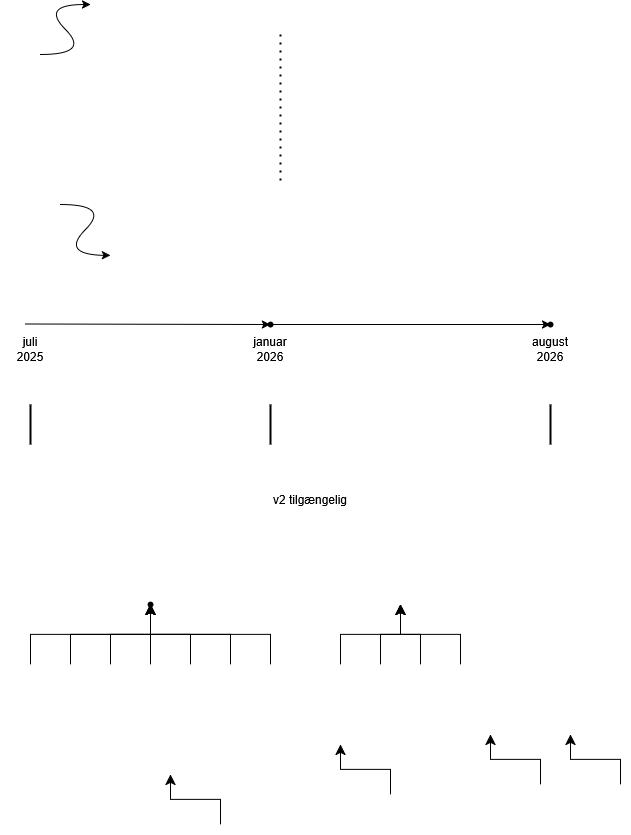
Above: Untitled Diagram.drawio.png in ciaran-dk/flowchart (draw.io), before the change. Source tidied: cells renumbered, new cells last; positions are measured from the earlier drawing's top-left corner, leaving out a move shared by most shapes. Source of this version:
```xml
<mxGraphModel>
  <root>
    <mxCell id="0" />
    <mxCell id="1" parent="0" />
    <mxCell id="2" style="curved=1;endArrow=classic;html=1;rounded=0;" parent="1" edge="1">
      <mxGeometry relative="1" as="geometry">
        <mxPoint x="40" y="50" as="sourcePoint" />
        <mxPoint x="90" as="targetPoint" />
        <Array as="points">
          <mxPoint x="90" y="50" />
          <mxPoint x="40" />
        </Array>
      </mxGeometry>
    </mxCell>
    <mxCell id="3" style="curved=1;endArrow=classic;html=1;rounded=0;" parent="1" edge="1">
      <mxGeometry relative="1" as="geometry">
        <mxPoint x="60" y="200" as="sourcePoint" />
        <mxPoint x="110" y="251" as="targetPoint" />
        <Array as="points">
          <mxPoint x="110" y="200" />
          <mxPoint x="60" y="250" />
        </Array>
      </mxGeometry>
    </mxCell>
    <mxCell id="4" style="endArrow=none;dashed=1;html=1;dashPattern=1 3;strokeWidth=2;rounded=0;targetPerimeterSpacing=11;jumpStyle=none;" parent="1" edge="1">
      <mxGeometry relative="1" as="geometry">
        <mxPoint x="280" y="30" as="sourcePoint" />
        <mxPoint x="280" y="180" as="targetPoint" />
      </mxGeometry>
    </mxCell>
    <mxCell id="5" style="endArrow=classic;html=1;rounded=0;entryX=0;entryY=0.35;entryDx=0;entryDy=0;entryPerimeter=0;" parent="1" edge="1" target="6">
      <mxGeometry relative="1" as="geometry">
        <mxPoint x="25" y="319.5" as="sourcePoint" />
      </mxGeometry>
    </mxCell>
    <mxCell id="6" style="shape=waypoint;sketch=0;fillStyle=solid;size=6;points=[];fillColor=none;perimeter=centerPerimeter;snapToPoint=1;" parent="1" vertex="1">
      <mxGeometry x="260" y="310" width="20" height="20" as="geometry" />
    </mxCell>
    <mxCell id="7" style="line;strokeWidth=2;direction=south;html=1;" parent="1" vertex="1">
      <mxGeometry x="25" y="400" width="10" height="40" as="geometry" />
    </mxCell>
    <mxCell id="8" value="juli&lt;br&gt;2025" style="text;html=1;align=center;verticalAlign=middle;whiteSpace=wrap;rounded=0;" parent="1" vertex="1">
      <mxGeometry y="330" width="60" height="30" as="geometry" />
    </mxCell>
    <mxCell id="9" style="line;strokeWidth=2;direction=south;html=1;" parent="1" vertex="1">
      <mxGeometry x="265" y="400" width="10" height="40" as="geometry" />
    </mxCell>
    <mxCell id="10" value="januar 2026" style="text;html=1;align=center;verticalAlign=middle;whiteSpace=wrap;rounded=0;" parent="1" vertex="1">
      <mxGeometry x="240" y="330" width="60" height="30" as="geometry" />
    </mxCell>
    <mxCell id="11" style="line;strokeWidth=2;direction=south;html=1;" parent="1" vertex="1">
      <mxGeometry x="545" y="400" width="10" height="40" as="geometry" />
    </mxCell>
    <mxCell id="12" value="august 2026" style="text;html=1;align=center;verticalAlign=middle;whiteSpace=wrap;rounded=0;" parent="1" vertex="1">
      <mxGeometry x="520" y="330" width="60" height="30" as="geometry" />
    </mxCell>
    <mxCell id="13" style="shape=waypoint;sketch=0;fillStyle=solid;size=6;points=[];fillColor=none;perimeter=centerPerimeter;snapToPoint=1;" parent="1" vertex="1">
      <mxGeometry x="540" y="310" width="20" height="20" as="geometry" />
    </mxCell>
    <mxCell id="14" style="endArrow=classic;html=1;rounded=0;entryX=0.15;entryY=0.95;entryDx=0;entryDy=0;entryPerimeter=0;exitX=0.85;exitY=0.5;exitDx=0;exitDy=0;exitPerimeter=0;" parent="1" edge="1" source="6" target="13">
      <mxGeometry relative="1" as="geometry" />
    </mxCell>
    <mxCell id="15" value="v2 tilgængelig" style="text;html=1;align=center;verticalAlign=middle;whiteSpace=wrap;rounded=0;" parent="1" vertex="1">
      <mxGeometry x="270" y="480" width="80" height="30" as="geometry" />
    </mxCell>
    <mxCell id="16" style="edgeStyle=elbowEdgeStyle;elbow=vertical;endArrow=classic;html=1;curved=0;rounded=0;endSize=8;startSize=8;entryX=0.35;entryY=0.65;entryDx=0;entryDy=0;entryPerimeter=0;" parent="1" edge="1" target="20">
      <mxGeometry relative="1" as="geometry">
        <mxPoint x="150" y="660" as="sourcePoint" />
      </mxGeometry>
    </mxCell>
    <mxCell id="17" style="edgeStyle=elbowEdgeStyle;elbow=vertical;endArrow=classic;html=1;curved=0;rounded=0;endSize=8;startSize=8;entryX=0.9;entryY=0.8;entryDx=0;entryDy=0;entryPerimeter=0;" parent="1" edge="1" target="20">
      <mxGeometry relative="1" as="geometry">
        <mxPoint x="230" y="660" as="sourcePoint" />
      </mxGeometry>
    </mxCell>
    <mxCell id="18" style="edgeStyle=elbowEdgeStyle;elbow=vertical;endArrow=classic;html=1;curved=0;rounded=0;endSize=8;startSize=8;entryX=0.75;entryY=0.75;entryDx=0;entryDy=0;entryPerimeter=0;" parent="1" edge="1" target="20">
      <mxGeometry relative="1" as="geometry">
        <mxPoint x="190" y="660" as="sourcePoint" />
      </mxGeometry>
    </mxCell>
    <mxCell id="19" style="edgeStyle=elbowEdgeStyle;elbow=vertical;endArrow=classic;html=1;curved=0;rounded=0;endSize=8;startSize=8;entryX=0.5;entryY=0.65;entryDx=0;entryDy=0;entryPerimeter=0;" parent="1" edge="1" target="20">
      <mxGeometry relative="1" as="geometry">
        <mxPoint x="30" y="660" as="sourcePoint" />
      </mxGeometry>
    </mxCell>
    <mxCell id="20" style="shape=waypoint;sketch=0;fillStyle=solid;size=6;points=[];fillColor=none;perimeter=centerPerimeter;snapToPoint=1;" parent="1" vertex="1">
      <mxGeometry x="140" y="590" width="20" height="20" as="geometry" />
    </mxCell>
    <mxCell id="21" style="edgeStyle=elbowEdgeStyle;elbow=vertical;endArrow=classic;html=1;curved=0;rounded=0;endSize=8;startSize=8;" parent="1" edge="1">
      <mxGeometry relative="1" as="geometry">
        <mxPoint x="390" y="790" as="sourcePoint" />
        <mxPoint x="340" y="740" as="targetPoint" />
      </mxGeometry>
    </mxCell>
    <mxCell id="22" style="edgeStyle=elbowEdgeStyle;elbow=vertical;endArrow=classic;html=1;curved=0;rounded=0;endSize=8;startSize=8;" parent="1" edge="1">
      <mxGeometry relative="1" as="geometry">
        <mxPoint x="540" y="780" as="sourcePoint" />
        <mxPoint x="490" y="730" as="targetPoint" />
      </mxGeometry>
    </mxCell>
    <mxCell id="23" style="edgeStyle=elbowEdgeStyle;elbow=vertical;endArrow=classic;html=1;curved=0;rounded=0;endSize=8;startSize=8;" parent="1" edge="1">
      <mxGeometry relative="1" as="geometry">
        <mxPoint x="620" y="780" as="sourcePoint" />
        <mxPoint x="570" y="730" as="targetPoint" />
      </mxGeometry>
    </mxCell>
    <mxCell id="24" style="edgeStyle=elbowEdgeStyle;elbow=vertical;endArrow=classic;html=1;curved=0;rounded=0;endSize=8;startSize=8;" parent="1" edge="1">
      <mxGeometry relative="1" as="geometry">
        <mxPoint x="220" y="820" as="sourcePoint" />
        <mxPoint x="170" y="770" as="targetPoint" />
      </mxGeometry>
    </mxCell>
    <mxCell id="25" style="edgeStyle=elbowEdgeStyle;elbow=vertical;endArrow=classic;html=1;curved=0;rounded=0;endSize=8;startSize=8;entryX=1.25;entryY=0.6;entryDx=0;entryDy=0;entryPerimeter=0;" parent="1" edge="1" target="20">
      <mxGeometry relative="1" as="geometry">
        <mxPoint x="270" y="660" as="sourcePoint" />
      </mxGeometry>
    </mxCell>
    <mxCell id="26" style="edgeStyle=elbowEdgeStyle;elbow=vertical;endArrow=classic;html=1;curved=0;rounded=0;endSize=8;startSize=8;entryX=0;entryY=0.8;entryDx=0;entryDy=0;entryPerimeter=0;" parent="1" edge="1" target="20">
      <mxGeometry relative="1" as="geometry">
        <mxPoint x="110" y="660" as="sourcePoint" />
      </mxGeometry>
    </mxCell>
    <mxCell id="27" style="edgeStyle=elbowEdgeStyle;elbow=vertical;endArrow=classic;html=1;curved=0;rounded=0;endSize=8;startSize=8;entryX=-0.05;entryY=0.3;entryDx=0;entryDy=0;entryPerimeter=0;" parent="1" edge="1" target="20">
      <mxGeometry relative="1" as="geometry">
        <mxPoint x="70" y="660" as="sourcePoint" />
      </mxGeometry>
    </mxCell>
    <mxCell id="28" style="edgeStyle=elbowEdgeStyle;elbow=vertical;endArrow=classic;html=1;curved=0;rounded=0;endSize=8;startSize=8;entryX=0.35;entryY=0.65;entryDx=0;entryDy=0;entryPerimeter=0;" parent="1" edge="1">
      <mxGeometry relative="1" as="geometry">
        <mxPoint x="420" y="660" as="sourcePoint" />
        <mxPoint x="400" y="600" as="targetPoint" />
      </mxGeometry>
    </mxCell>
    <mxCell id="29" style="edgeStyle=elbowEdgeStyle;elbow=vertical;endArrow=classic;html=1;curved=0;rounded=0;endSize=8;startSize=8;entryX=0.75;entryY=0.75;entryDx=0;entryDy=0;entryPerimeter=0;" parent="1" edge="1">
      <mxGeometry relative="1" as="geometry">
        <mxPoint x="460" y="660" as="sourcePoint" />
        <mxPoint x="400" y="600" as="targetPoint" />
      </mxGeometry>
    </mxCell>
    <mxCell id="30" style="edgeStyle=elbowEdgeStyle;elbow=vertical;endArrow=classic;html=1;curved=0;rounded=0;endSize=8;startSize=8;entryX=0;entryY=0.8;entryDx=0;entryDy=0;entryPerimeter=0;" parent="1" edge="1">
      <mxGeometry relative="1" as="geometry">
        <mxPoint x="380" y="660" as="sourcePoint" />
        <mxPoint x="400" y="600" as="targetPoint" />
      </mxGeometry>
    </mxCell>
    <mxCell id="31" style="edgeStyle=elbowEdgeStyle;elbow=vertical;endArrow=classic;html=1;curved=0;rounded=0;endSize=8;startSize=8;entryX=-0.05;entryY=0.3;entryDx=0;entryDy=0;entryPerimeter=0;" parent="1" edge="1">
      <mxGeometry relative="1" as="geometry">
        <mxPoint x="340" y="660" as="sourcePoint" />
        <mxPoint x="400" y="600" as="targetPoint" />
      </mxGeometry>
    </mxCell>
  </root>
</mxGraphModel>
```
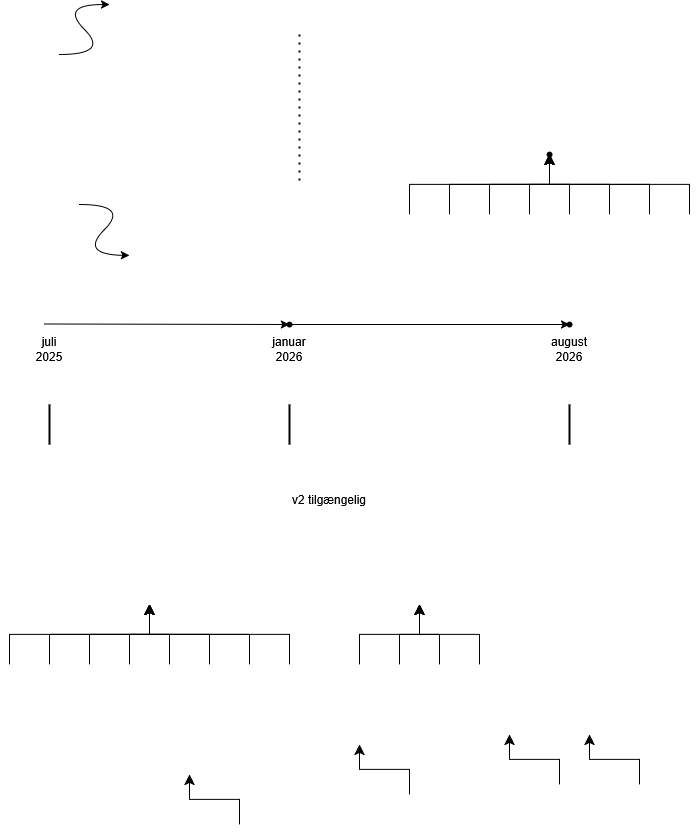
After the commit.

Diff of the diagram source:
```diff
@@ -63,29 +63,30 @@
     <mxCell id="15" value="v2 tilgængelig" style="text;html=1;align=center;verticalAlign=middle;whiteSpace=wrap;rounded=0;" parent="1" vertex="1">
       <mxGeometry x="270" y="480" width="80" height="30" as="geometry" />
     </mxCell>
-    <mxCell id="16" style="edgeStyle=elbowEdgeStyle;elbow=vertical;endArrow=classic;html=1;curved=0;rounded=0;endSize=8;startSize=8;entryX=0.35;entryY=0.65;entryDx=0;entryDy=0;entryPerimeter=0;" parent="1" edge="1" target="20">
+    <mxCell id="16" style="edgeStyle=elbowEdgeStyle;elbow=vertical;endArrow=classic;html=1;curved=0;rounded=0;endSize=8;startSize=8;entryX=0.35;entryY=0.65;entryDx=0;entryDy=0;entryPerimeter=0;" parent="1" edge="1">
       <mxGeometry relative="1" as="geometry">
         <mxPoint x="150" y="660" as="sourcePoint" />
+        <mxPoint x="130" y="600" as="targetPoint" />
       </mxGeometry>
     </mxCell>
-    <mxCell id="17" style="edgeStyle=elbowEdgeStyle;elbow=vertical;endArrow=classic;html=1;curved=0;rounded=0;endSize=8;startSize=8;entryX=0.9;entryY=0.8;entryDx=0;entryDy=0;entryPerimeter=0;" parent="1" edge="1" target="20">
+    <mxCell id="17" style="edgeStyle=elbowEdgeStyle;elbow=vertical;endArrow=classic;html=1;curved=0;rounded=0;endSize=8;startSize=8;entryX=0.9;entryY=0.8;entryDx=0;entryDy=0;entryPerimeter=0;" parent="1" edge="1">
       <mxGeometry relative="1" as="geometry">
         <mxPoint x="230" y="660" as="sourcePoint" />
+        <mxPoint x="130" y="600" as="targetPoint" />
       </mxGeometry>
     </mxCell>
-    <mxCell id="18" style="edgeStyle=elbowEdgeStyle;elbow=vertical;endArrow=classic;html=1;curved=0;rounded=0;endSize=8;startSize=8;entryX=0.75;entryY=0.75;entryDx=0;entryDy=0;entryPerimeter=0;" parent="1" edge="1" target="20">
+    <mxCell id="18" style="edgeStyle=elbowEdgeStyle;elbow=vertical;endArrow=classic;html=1;curved=0;rounded=0;endSize=8;startSize=8;entryX=0.75;entryY=0.75;entryDx=0;entryDy=0;entryPerimeter=0;" parent="1" edge="1">
       <mxGeometry relative="1" as="geometry">
         <mxPoint x="190" y="660" as="sourcePoint" />
+        <mxPoint x="130" y="600" as="targetPoint" />
       </mxGeometry>
     </mxCell>
-    <mxCell id="19" style="edgeStyle=elbowEdgeStyle;elbow=vertical;endArrow=classic;html=1;curved=0;rounded=0;endSize=8;startSize=8;entryX=0.5;entryY=0.65;entryDx=0;entryDy=0;entryPerimeter=0;" parent="1" edge="1" target="20">
+    <mxCell id="19" style="edgeStyle=elbowEdgeStyle;elbow=vertical;endArrow=classic;html=1;curved=0;rounded=0;endSize=8;startSize=8;entryX=0.5;entryY=0.65;entryDx=0;entryDy=0;entryPerimeter=0;" parent="1" edge="1">
       <mxGeometry relative="1" as="geometry">
         <mxPoint x="30" y="660" as="sourcePoint" />
+        <mxPoint x="130" y="600" as="targetPoint" />
       </mxGeometry>
     </mxCell>
-    <mxCell id="20" style="shape=waypoint;sketch=0;fillStyle=solid;size=6;points=[];fillColor=none;perimeter=centerPerimeter;snapToPoint=1;" parent="1" vertex="1">
-      <mxGeometry x="140" y="590" width="20" height="20" as="geometry" />
-    </mxCell>
     <mxCell id="21" style="edgeStyle=elbowEdgeStyle;elbow=vertical;endArrow=classic;html=1;curved=0;rounded=0;endSize=8;startSize=8;" parent="1" edge="1">
       <mxGeometry relative="1" as="geometry">
         <mxPoint x="390" y="790" as="sourcePoint" />
@@ -110,19 +111,22 @@
         <mxPoint x="170" y="770" as="targetPoint" />
       </mxGeometry>
     </mxCell>
-    <mxCell id="25" style="edgeStyle=elbowEdgeStyle;elbow=vertical;endArrow=classic;html=1;curved=0;rounded=0;endSize=8;startSize=8;entryX=1.25;entryY=0.6;entryDx=0;entryDy=0;entryPerimeter=0;" parent="1" edge="1" target="20">
+    <mxCell id="25" style="edgeStyle=elbowEdgeStyle;elbow=vertical;endArrow=classic;html=1;curved=0;rounded=0;endSize=8;startSize=8;entryX=1.25;entryY=0.6;entryDx=0;entryDy=0;entryPerimeter=0;" parent="1" edge="1">
       <mxGeometry relative="1" as="geometry">
         <mxPoint x="270" y="660" as="sourcePoint" />
+        <mxPoint x="130" y="600" as="targetPoint" />
       </mxGeometry>
     </mxCell>
-    <mxCell id="26" style="edgeStyle=elbowEdgeStyle;elbow=vertical;endArrow=classic;html=1;curved=0;rounded=0;endSize=8;startSize=8;entryX=0;entryY=0.8;entryDx=0;entryDy=0;entryPerimeter=0;" parent="1" edge="1" target="20">
+    <mxCell id="26" style="edgeStyle=elbowEdgeStyle;elbow=vertical;endArrow=classic;html=1;curved=0;rounded=0;endSize=8;startSize=8;entryX=0;entryY=0.8;entryDx=0;entryDy=0;entryPerimeter=0;" parent="1" edge="1">
       <mxGeometry relative="1" as="geometry">
         <mxPoint x="110" y="660" as="sourcePoint" />
+        <mxPoint x="130" y="600" as="targetPoint" />
       </mxGeometry>
     </mxCell>
-    <mxCell id="27" style="edgeStyle=elbowEdgeStyle;elbow=vertical;endArrow=classic;html=1;curved=0;rounded=0;endSize=8;startSize=8;entryX=-0.05;entryY=0.3;entryDx=0;entryDy=0;entryPerimeter=0;" parent="1" edge="1" target="20">
+    <mxCell id="27" style="edgeStyle=elbowEdgeStyle;elbow=vertical;endArrow=classic;html=1;curved=0;rounded=0;endSize=8;startSize=8;entryX=-0.05;entryY=0.3;entryDx=0;entryDy=0;entryPerimeter=0;" parent="1" edge="1">
       <mxGeometry relative="1" as="geometry">
         <mxPoint x="70" y="660" as="sourcePoint" />
+        <mxPoint x="130" y="600" as="targetPoint" />
       </mxGeometry>
     </mxCell>
     <mxCell id="28" style="edgeStyle=elbowEdgeStyle;elbow=vertical;endArrow=classic;html=1;curved=0;rounded=0;endSize=8;startSize=8;entryX=0.35;entryY=0.65;entryDx=0;entryDy=0;entryPerimeter=0;" parent="1" edge="1">
@@ -149,5 +153,54 @@
         <mxPoint x="400" y="600" as="targetPoint" />
       </mxGeometry>
     </mxCell>
+    <mxCell id="32" style="edgeStyle=elbowEdgeStyle;elbow=vertical;endArrow=classic;html=1;curved=0;rounded=0;endSize=8;startSize=8;entryX=-0.05;entryY=0.5;entryDx=0;entryDy=0;entryPerimeter=0;" parent="1" edge="1">
+      <mxGeometry relative="1" as="geometry">
+        <mxPoint x="-10" y="660" as="sourcePoint" />
+        <mxPoint x="130" y="600" as="targetPoint" />
+      </mxGeometry>
+    </mxCell>
+    <mxCell id="33" style="edgeStyle=elbowEdgeStyle;elbow=vertical;endArrow=classic;html=1;curved=0;rounded=0;endSize=8;startSize=8;entryX=0.35;entryY=0.65;entryDx=0;entryDy=0;entryPerimeter=0;" parent="1" edge="1" target="37">
+      <mxGeometry relative="1" as="geometry">
+        <mxPoint x="550" y="210" as="sourcePoint" />
+      </mxGeometry>
+    </mxCell>
+    <mxCell id="34" style="edgeStyle=elbowEdgeStyle;elbow=vertical;endArrow=classic;html=1;curved=0;rounded=0;endSize=8;startSize=8;entryX=0.9;entryY=0.8;entryDx=0;entryDy=0;entryPerimeter=0;" parent="1" edge="1" target="37">
+      <mxGeometry relative="1" as="geometry">
+        <mxPoint x="630" y="210" as="sourcePoint" />
+      </mxGeometry>
+    </mxCell>
+    <mxCell id="35" style="edgeStyle=elbowEdgeStyle;elbow=vertical;endArrow=classic;html=1;curved=0;rounded=0;endSize=8;startSize=8;entryX=0.75;entryY=0.75;entryDx=0;entryDy=0;entryPerimeter=0;" parent="1" edge="1" target="37">
+      <mxGeometry relative="1" as="geometry">
+        <mxPoint x="590" y="210" as="sourcePoint" />
+      </mxGeometry>
+    </mxCell>
+    <mxCell id="36" style="edgeStyle=elbowEdgeStyle;elbow=vertical;endArrow=classic;html=1;curved=0;rounded=0;endSize=8;startSize=8;entryX=0.5;entryY=0.65;entryDx=0;entryDy=0;entryPerimeter=0;" parent="1" edge="1" target="37">
+      <mxGeometry relative="1" as="geometry">
+        <mxPoint x="430" y="210" as="sourcePoint" />
+      </mxGeometry>
+    </mxCell>
+    <mxCell id="37" style="shape=waypoint;sketch=0;fillStyle=solid;size=6;points=[];fillColor=none;perimeter=centerPerimeter;snapToPoint=1;" parent="1" vertex="1">
+      <mxGeometry x="520" y="140" width="20" height="20" as="geometry" />
+    </mxCell>
+    <mxCell id="38" style="edgeStyle=elbowEdgeStyle;elbow=vertical;endArrow=classic;html=1;curved=0;rounded=0;endSize=8;startSize=8;entryX=1.25;entryY=0.6;entryDx=0;entryDy=0;entryPerimeter=0;" parent="1" edge="1" target="37">
+      <mxGeometry relative="1" as="geometry">
+        <mxPoint x="670" y="210" as="sourcePoint" />
+      </mxGeometry>
+    </mxCell>
+    <mxCell id="39" style="edgeStyle=elbowEdgeStyle;elbow=vertical;endArrow=classic;html=1;curved=0;rounded=0;endSize=8;startSize=8;entryX=0;entryY=0.8;entryDx=0;entryDy=0;entryPerimeter=0;" parent="1" edge="1" target="37">
+      <mxGeometry relative="1" as="geometry">
+        <mxPoint x="510" y="210" as="sourcePoint" />
+      </mxGeometry>
+    </mxCell>
+    <mxCell id="40" style="edgeStyle=elbowEdgeStyle;elbow=vertical;endArrow=classic;html=1;curved=0;rounded=0;endSize=8;startSize=8;entryX=-0.05;entryY=0.3;entryDx=0;entryDy=0;entryPerimeter=0;" parent="1" edge="1" target="37">
+      <mxGeometry relative="1" as="geometry">
+        <mxPoint x="470" y="210" as="sourcePoint" />
+      </mxGeometry>
+    </mxCell>
+    <mxCell id="41" style="edgeStyle=elbowEdgeStyle;elbow=vertical;endArrow=classic;html=1;curved=0;rounded=0;endSize=8;startSize=8;entryX=-0.05;entryY=0.5;entryDx=0;entryDy=0;entryPerimeter=0;" parent="1" edge="1" target="37">
+      <mxGeometry relative="1" as="geometry">
+        <mxPoint x="390" y="210" as="sourcePoint" />
+      </mxGeometry>
+    </mxCell>
   </root>
 </mxGraphModel>
```
